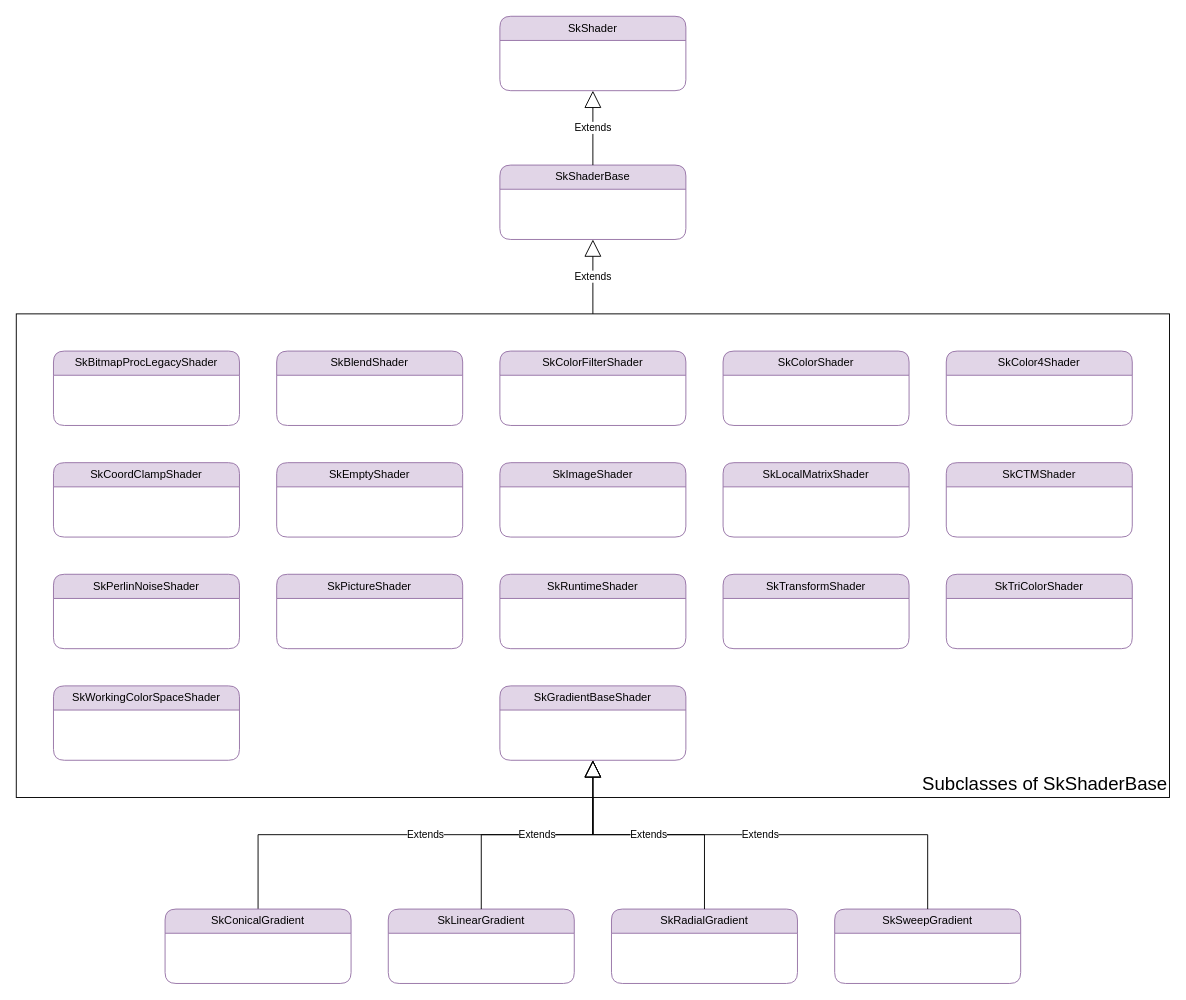
Above: page "Skia Shader" (9 of 9) of Android Graphics.drawio in Kaling1203/Diagram (draw.io), before the change. Source tidied: cells renumbered, new cells numbered last; positions are measured from the earlier drawing's top-left corner, leaving out a move shared by most shapes. Both pictures are drawn from the tidied source at 93%, with x=0, y=0 at pixel (16, 16).
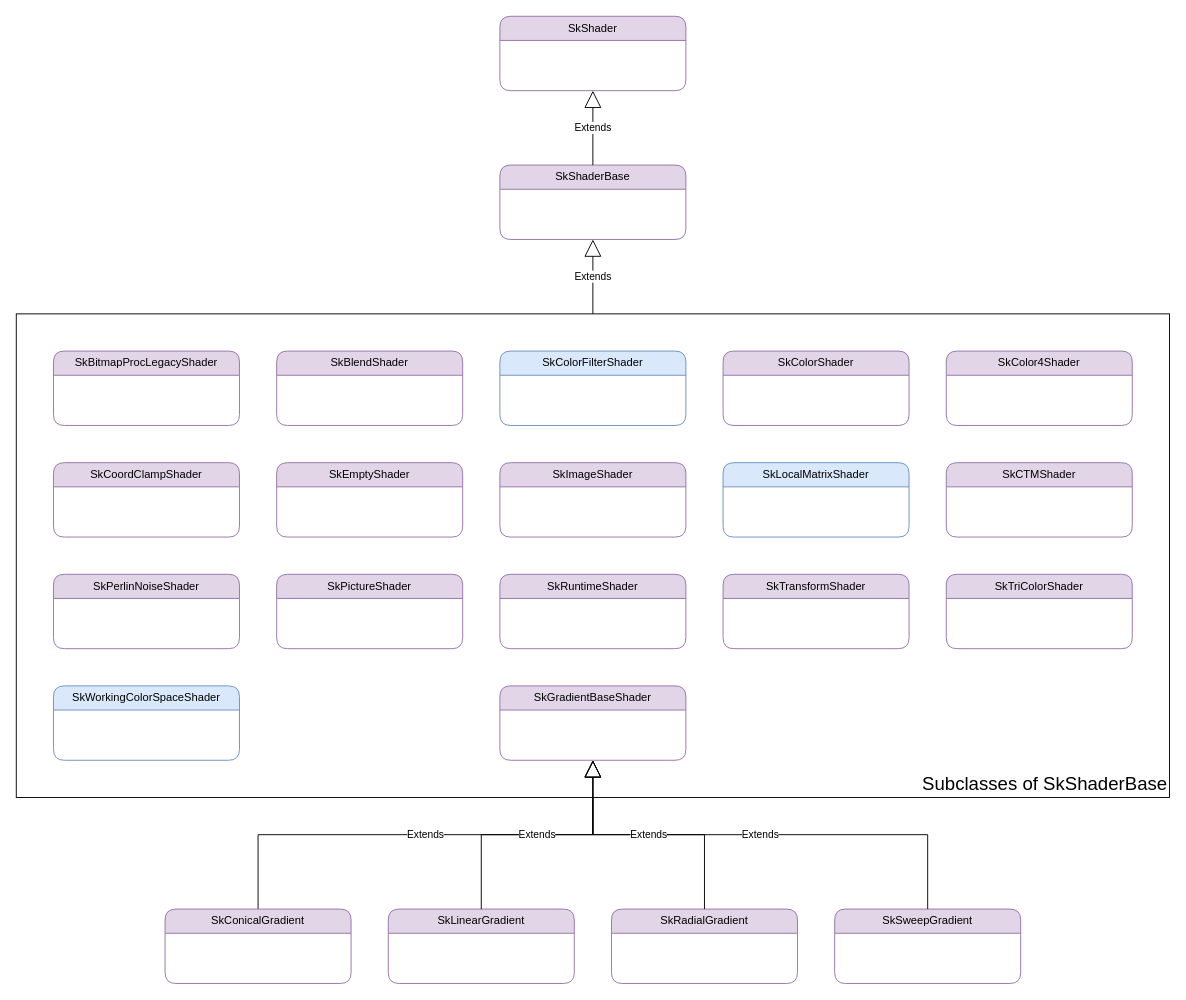
After the change.

The edit, as a diff of the source:
```diff
@@
-    <mxCell id="9" value="SkColorFilterShader" style="swimlane;fontStyle=0;horizontal=1;startSize=26;fillColor=#e1d5e7;whiteSpace=wrap;html=1;rounded=1;strokeColor=#9673a6;" parent="1" vertex="1">
+    <mxCell id="9" value="SkColorFilterShader" style="swimlane;fontStyle=0;horizontal=1;startSize=26;fillColor=#dae8fc;whiteSpace=wrap;html=1;rounded=1;strokeColor=#6c8ebf;" parent="1" vertex="1">
       <mxGeometry x="520" y="360" width="200" height="80" as="geometry" />
     </mxCell>
@@
-    <mxCell id="15" value="SkLocalMatrixShader" style="swimlane;fontStyle=0;horizontal=1;startSize=26;fillColor=#e1d5e7;whiteSpace=wrap;html=1;rounded=1;strokeColor=#9673a6;" parent="1" vertex="1">
+    <mxCell id="15" value="SkLocalMatrixShader" style="swimlane;fontStyle=0;horizontal=1;startSize=26;fillColor=#dae8fc;whiteSpace=wrap;html=1;rounded=1;strokeColor=#6c8ebf;" parent="1" vertex="1">
       <mxGeometry x="760" y="480" width="200" height="80" as="geometry" />
     </mxCell>
@@
-    <mxCell id="22" value="SkWorkingColorSpaceShader" style="swimlane;fontStyle=0;horizontal=1;startSize=26;fillColor=#e1d5e7;whiteSpace=wrap;html=1;rounded=1;strokeColor=#9673a6;" parent="1" vertex="1">
+    <mxCell id="22" value="SkWorkingColorSpaceShader" style="swimlane;fontStyle=0;horizontal=1;startSize=26;fillColor=#dae8fc;whiteSpace=wrap;html=1;rounded=1;strokeColor=#6c8ebf;" parent="1" vertex="1">
       <mxGeometry x="40" y="720" width="200" height="80" as="geometry" />
     </mxCell>
```
